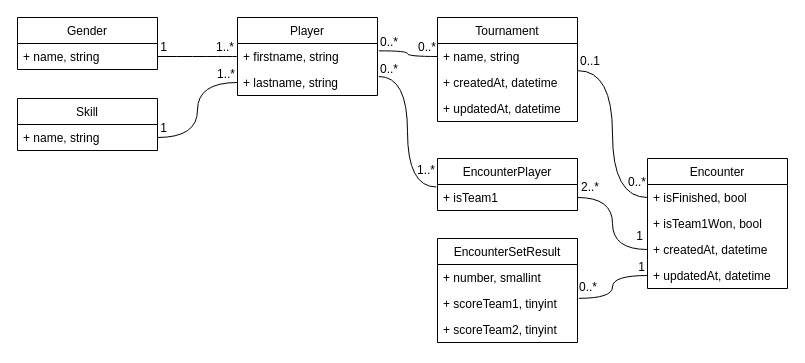
kdefarge/badminton-club keeps this draw.io diagram as docs/UML/class_diagram_v1.drawio. Above is the earlier version. Source tidied: cells renumbered, new cells numbered last; positions are measured from the earlier drawing's top-left corner, leaving out a move shared by most shapes. Both pictures are drawn from the tidied source at 100%, with x=0, y=0 at pixel (17, 17).
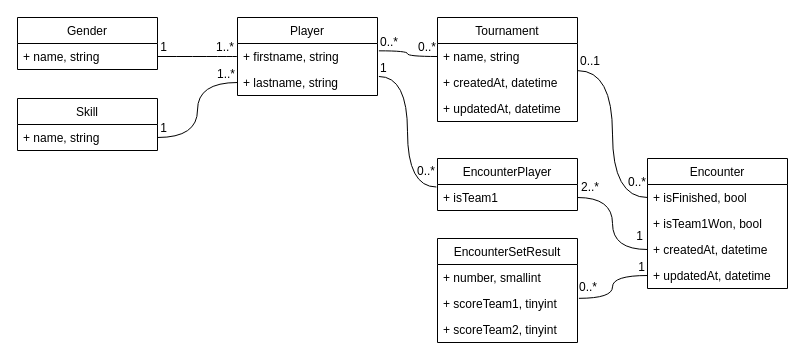
Above is the later version.

Commit message (it also covers changes not shown here):
fix and add: - fix class diagram error - fix entity error and sync with class diagram - fix migrations from scratch - add player fixture - add encounter fixture

The change refers to these unchanged cells:
```xml
<mxCell id="29" style="endArrow=none;html=1;rounded=0;align=center;verticalAlign=top;endFill=0;labelBackgroundColor=none;exitX=1.01;exitY=0.269;exitDx=0;exitDy=0;exitPerimeter=0;entryX=-0.008;entryY=0.096;entryDx=0;entryDy=0;entryPerimeter=0;edgeStyle=orthogonalEdgeStyle;curved=1;" parent="1" edge="1" source="4" target="19">
  <mxGeometry relative="1" as="geometry" />
</mxCell>
```

What changed in the source:
```diff
@@
-    <mxCell id="30" value="0..*" style="html=1;align=left;verticalAlign=top;labelBackgroundColor=none;" parent="29" vertex="1">
+    <mxCell id="30" value="1" style="html=1;align=left;verticalAlign=top;labelBackgroundColor=none;" parent="29" vertex="1">
       <mxGeometry x="-1" relative="1" as="geometry">
-        <mxPoint y="-21" as="offset" />
+        <mxPoint y="-22" as="offset" />
       </mxGeometry>
     </mxCell>
-    <mxCell id="31" value="1..*" style="html=1;align=right;verticalAlign=top;labelBackgroundColor=none;" parent="29" vertex="1">
+    <mxCell id="31" value="0..*" style="html=1;align=right;verticalAlign=top;labelBackgroundColor=none;" parent="29" vertex="1">
       <mxGeometry x="1" relative="1" as="geometry">
-        <mxPoint x="-1" y="-30" as="offset" />
+        <mxPoint x="-1" y="-29" as="offset" />
       </mxGeometry>
     </mxCell>
```
